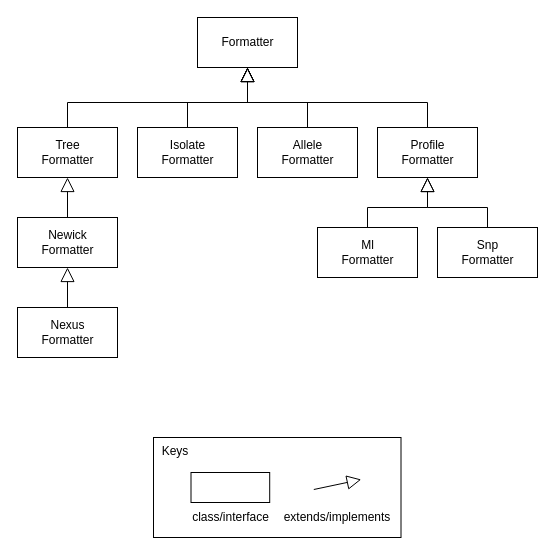
The draw.io diagram wiki/draw.io/phylodb/generalization-formatters.drawio in phyloviz/phyloDB, before the edit. Source tidied: cells renumbered, new cells numbered last; positions are measured from the earlier drawing's top-left corner, leaving out a move shared by most shapes. Both pictures are drawn from the tidied source at 100%, with x=0, y=0 at pixel (17, 17).
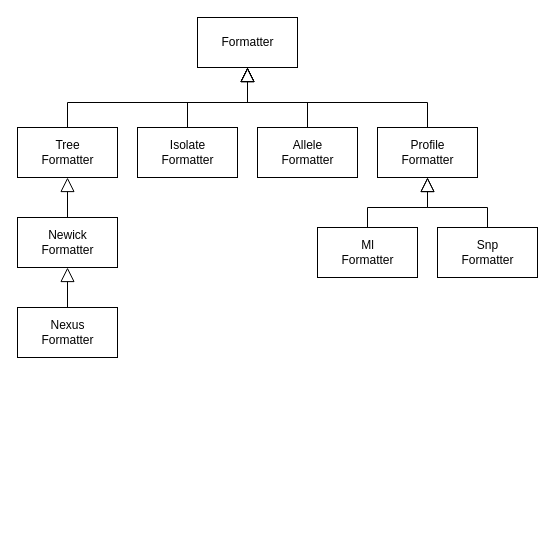
Above is the later version.

The edit, as a diff of the source:
```diff
@@
-    <mxCell id="19" style="group;" parent="1" vertex="1">
-      <mxGeometry x="136" y="420" width="247.5" height="100" as="geometry" />
-    </mxCell>
-    <mxCell id="20" value="&amp;nbsp; Keys" style="rounded=0;whiteSpace=wrap;html=1;align=left;verticalAlign=top;" parent="19" vertex="1">
-      <mxGeometry width="247.5" height="100" as="geometry" />
-    </mxCell>
-    <mxCell id="21" style="endArrow=block;html=1;exitX=1;exitY=0.5;exitDx=0;exitDy=0;startArrow=none;startFill=0;endFill=0;endSize=12;" parent="19" edge="1">
-      <mxGeometry relative="1" as="geometry">
-        <mxPoint x="160.3" y="52" as="sourcePoint" />
-        <mxPoint x="207.7" y="42" as="targetPoint" />
-      </mxGeometry>
-    </mxCell>
-    <mxCell id="22" value="extends/implements" style="text;html=1;strokeColor=none;fillColor=none;align=center;verticalAlign=middle;whiteSpace=wrap;rounded=0;" parent="19" vertex="1">
-      <mxGeometry x="139" y="70" width="89.5" height="20" as="geometry" />
-    </mxCell>
-    <mxCell id="23" value="class/interface" style="text;html=1;strokeColor=none;fillColor=none;align=center;verticalAlign=middle;whiteSpace=wrap;rounded=0;" parent="19" vertex="1">
-      <mxGeometry x="45.5" y="70" width="62.7" height="20" as="geometry" />
-    </mxCell>
-    <mxCell id="24" style="rounded=0;whiteSpace=wrap;html=1;" parent="19" vertex="1">
-      <mxGeometry x="37.5" y="35" width="78.7" height="30" as="geometry" />
-    </mxCell>
```
